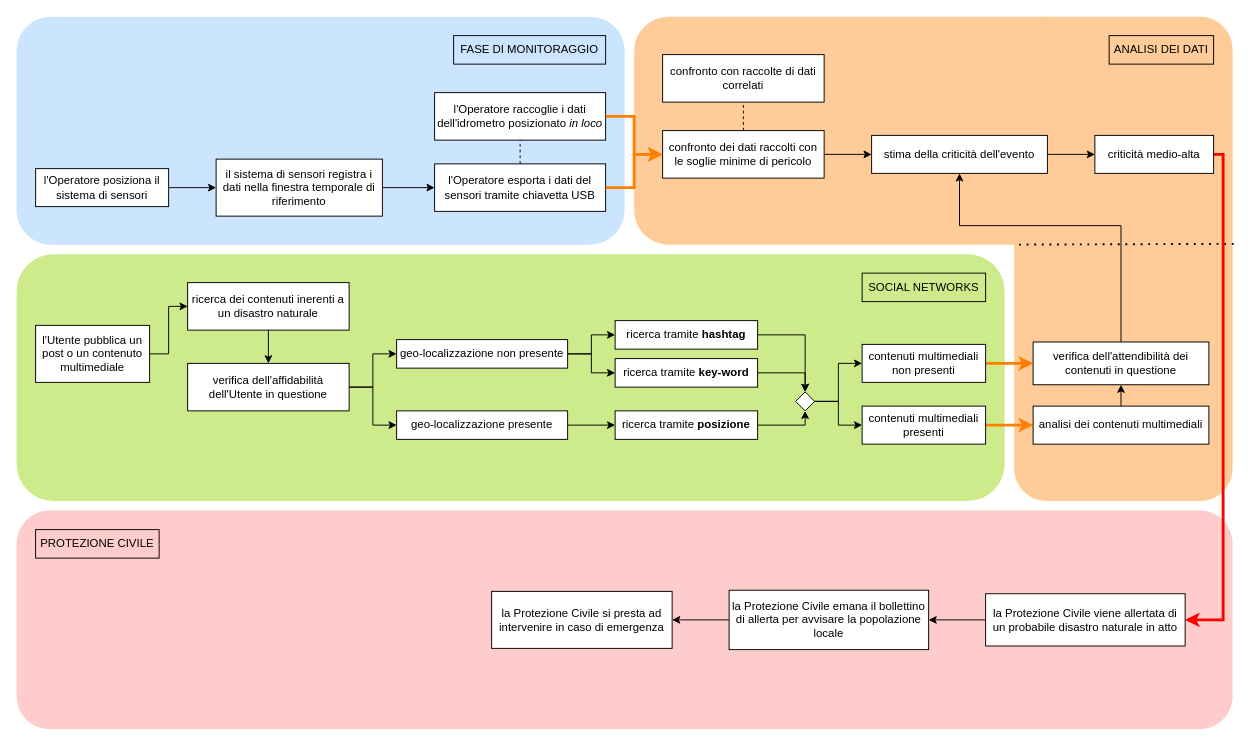
Earlier version of the draw.io diagram page "monitoraggio tramite sensore rimovibile" (1 of 2) of schemi ProgettoRIO.drawio (faffolao/ProgettoBD2022). Source tidied: cells renumbered, new cells numbered last; positions are measured from the earlier drawing's top-left corner, leaving out a move shared by most shapes. Both pictures are drawn from the tidied source at 95%, with x=0, y=0 at pixel (16, 16).
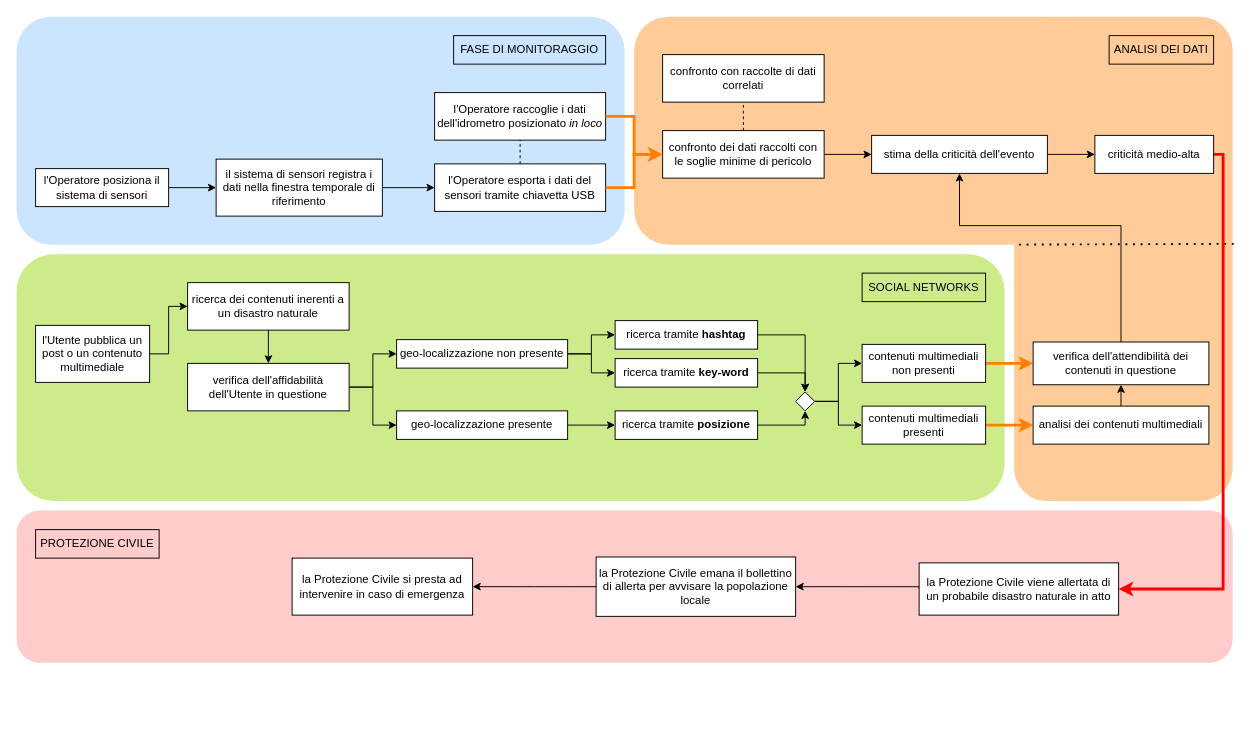
After the change.

Unchanged cells that the change refers to:
```xml
<mxCell id="52" value="criticità medio-alta" style="rounded=0;whiteSpace=wrap;html=1;shadow=0;glass=0;fillStyle=auto;fillColor=default;gradientColor=none;" parent="1" vertex="1">
  <mxGeometry x="1135" y="125" width="125" height="40" as="geometry" />
</mxCell>
```

The edit, as a diff of the source:
```diff
@@
     <mxCell id="10" style="rounded=1;whiteSpace=wrap;html=1;shadow=0;glass=0;fillStyle=auto;fillColor=#ffcccc;strokeColor=none;" parent="1" vertex="1">
-      <mxGeometry y="520" width="1280" height="230" as="geometry" />
+      <mxGeometry y="520" width="1280" height="160" as="geometry" />
     </mxCell>
@@
     <mxCell id="47" style="edgeStyle=orthogonalEdgeStyle;rounded=0;jettySize=auto;html=1;exitX=0;exitY=0.5;exitDx=0;exitDy=0;entryX=1;entryY=0.5;entryDx=0;entryDy=0;" parent="1" edge="1" source="48" target="57">
-      <mxGeometry relative="1" as="geometry" />
+      <mxGeometry relative="1" as="geometry">
+        <Array as="points">
+          <mxPoint x="950" y="600" />
+        </Array>
+      </mxGeometry>
     </mxCell>
     <mxCell id="48" value="la Protezione Civile viene allertata di un probabile disastro naturale in atto" style="rounded=0;whiteSpace=wrap;html=1;shadow=0;glass=0;fillStyle=auto;fillColor=default;gradientColor=none;" parent="1" vertex="1">
-      <mxGeometry x="1020" y="607.5" width="210" height="55" as="geometry" />
+      <mxGeometry x="950" y="575" width="210" height="55" as="geometry" />
     </mxCell>
@@
     <mxCell id="51" style="edgeStyle=orthogonalEdgeStyle;rounded=0;jettySize=auto;html=1;exitX=1;exitY=0.5;exitDx=0;exitDy=0;entryX=1;entryY=0.5;entryDx=0;entryDy=0;strokeColor=#FF0000;strokeWidth=3;" parent="1" edge="1" source="52" target="48">
       <mxGeometry relative="1" as="geometry">
         <Array as="points">
           <mxPoint x="1270" y="145" />
-          <mxPoint x="1270" y="635" />
+          <mxPoint x="1270" y="603" />
         </Array>
       </mxGeometry>
     </mxCell>
@@
+    <mxCell id="64" style="edgeStyle=orthogonalEdgeStyle;rounded=0;jettySize=auto;html=1;exitX=0;exitY=0.5;exitDx=0;exitDy=0;entryX=1;entryY=0.5;entryDx=0;entryDy=0;" parent="1" edge="1" source="57" target="63">
+      <mxGeometry relative="1" as="geometry" />
+    </mxCell>
     <mxCell id="57" value="la Protezione Civile emana il bollettino di allerta per avvisare la popolazione locale" style="rounded=0;whiteSpace=wrap;html=1;fillColor=default;" parent="1" vertex="1">
-      <mxGeometry x="750" y="603.8" width="210" height="62.5" as="geometry" />
+      <mxGeometry x="610" y="568.8" width="210" height="62.5" as="geometry" />
     </mxCell>
@@
-    <mxCell id="62" style="edgeStyle=orthogonalEdgeStyle;rounded=0;jettySize=auto;html=1;exitX=0;exitY=0.5;exitDx=0;exitDy=0;entryX=1;entryY=0.5;entryDx=0;entryDy=0;" parent="1" edge="1" target="63">
-      <mxGeometry relative="1" as="geometry">
-        <mxPoint x="750" y="635" as="sourcePoint" />
-        <Array as="points">
-          <mxPoint x="700" y="635" />
-        </Array>
-      </mxGeometry>
-    </mxCell>
     <mxCell id="63" value="la Protezione Civile si presta ad intervenire in caso di emergenza" style="rounded=0;whiteSpace=wrap;html=1;fillColor=default;" parent="1" vertex="1">
-      <mxGeometry x="500" y="605" width="190" height="60" as="geometry" />
+      <mxGeometry x="290" y="570" width="190" height="60" as="geometry" />
     </mxCell>
```
